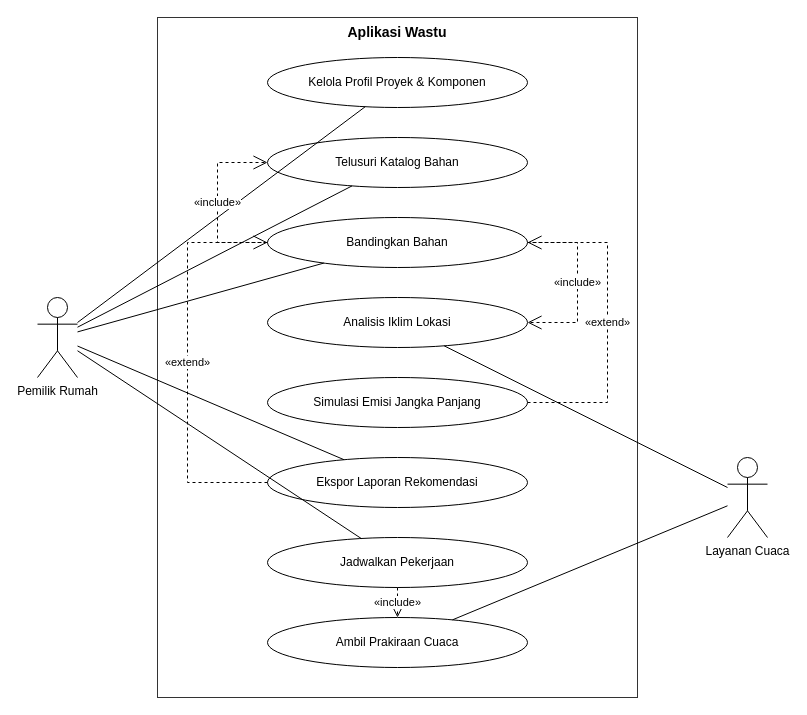
This is page "1. Use Case" (1 of 3) of docs/uml-wastu.drawio from scientivan/wastu, a draw.io file, before an edit. Source tidied: cells renumbered, new cells numbered last; positions are measured from the earlier drawing's top-left corner, leaving out a move shared by most shapes. Both pictures are drawn from the tidied source at 100%, with x=0, y=0 at pixel (37, 17).
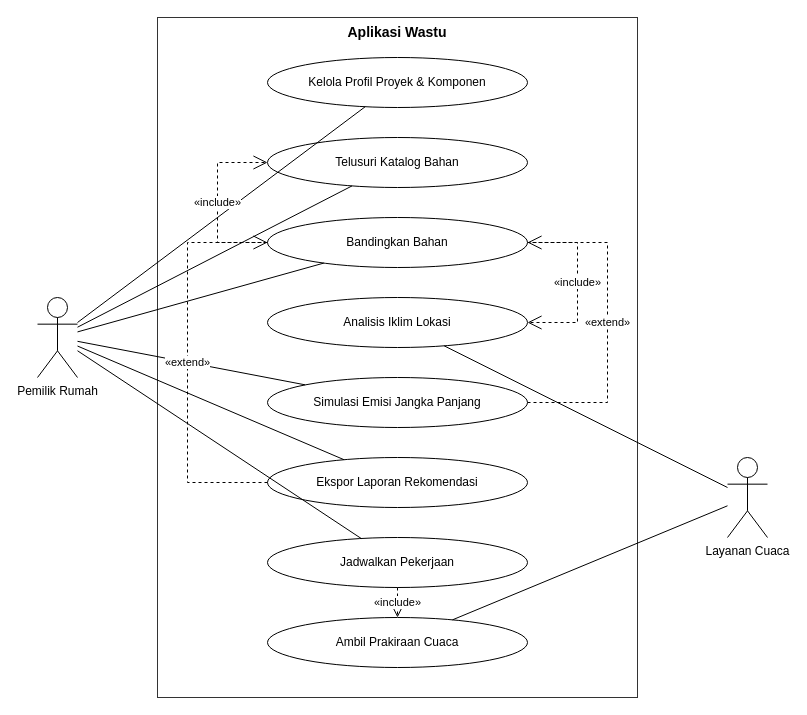
After the change.

The change refers to these unchanged cells:
```xml
<mxCell id="3" value="Pemilik Rumah" style="shape=umlActor;verticalLabelPosition=bottom;verticalAlign=top;html=1;outlineConnect=0;" parent="1" vertex="1">
  <mxGeometry y="280" width="40" height="80" as="geometry" />
</mxCell>
<mxCell id="9" value="Simulasi Emisi Jangka Panjang" style="ellipse;whiteSpace=wrap;html=1;" parent="1" vertex="1">
  <mxGeometry x="230" y="360" width="260" height="50" as="geometry" />
</mxCell>
```

What changed in the source:
```diff
@@
+    <mxCell id="25" style="endArrow=none;html=1;rounded=0;" parent="1" edge="1" source="3" target="9">
+      <mxGeometry relative="1" as="geometry" />
+    </mxCell>
```
